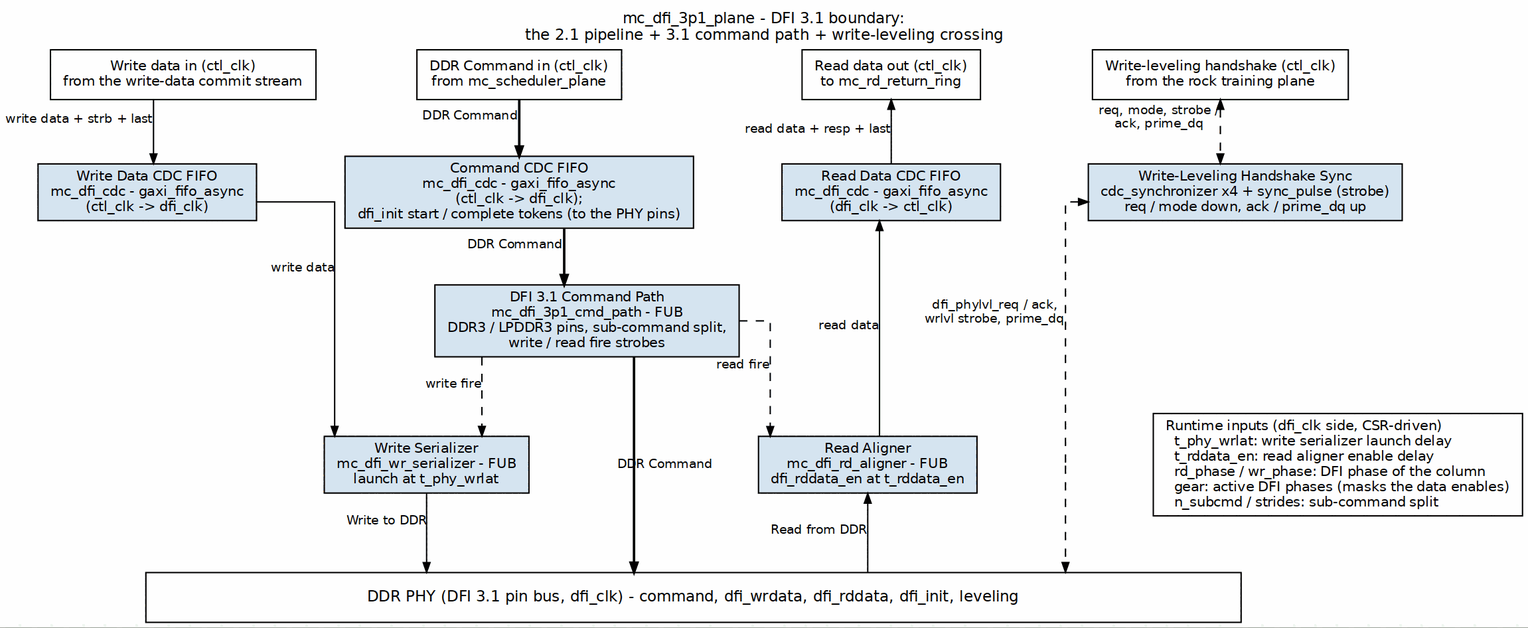
sean-galloway/RTLDesignSherpa keeps this Graphviz diagram as projects/components/mem-ctrl-ip/common-ip/docs/common_mas/assets/graphviz/07_mc_dfi_3p1_plane.png. Above is the earlier version. Its source is kept beside it as projects/components/mem-ctrl-ip/common-ip/docs/common_mas/assets/graphviz/07_mc_dfi_3p1_plane.dot.
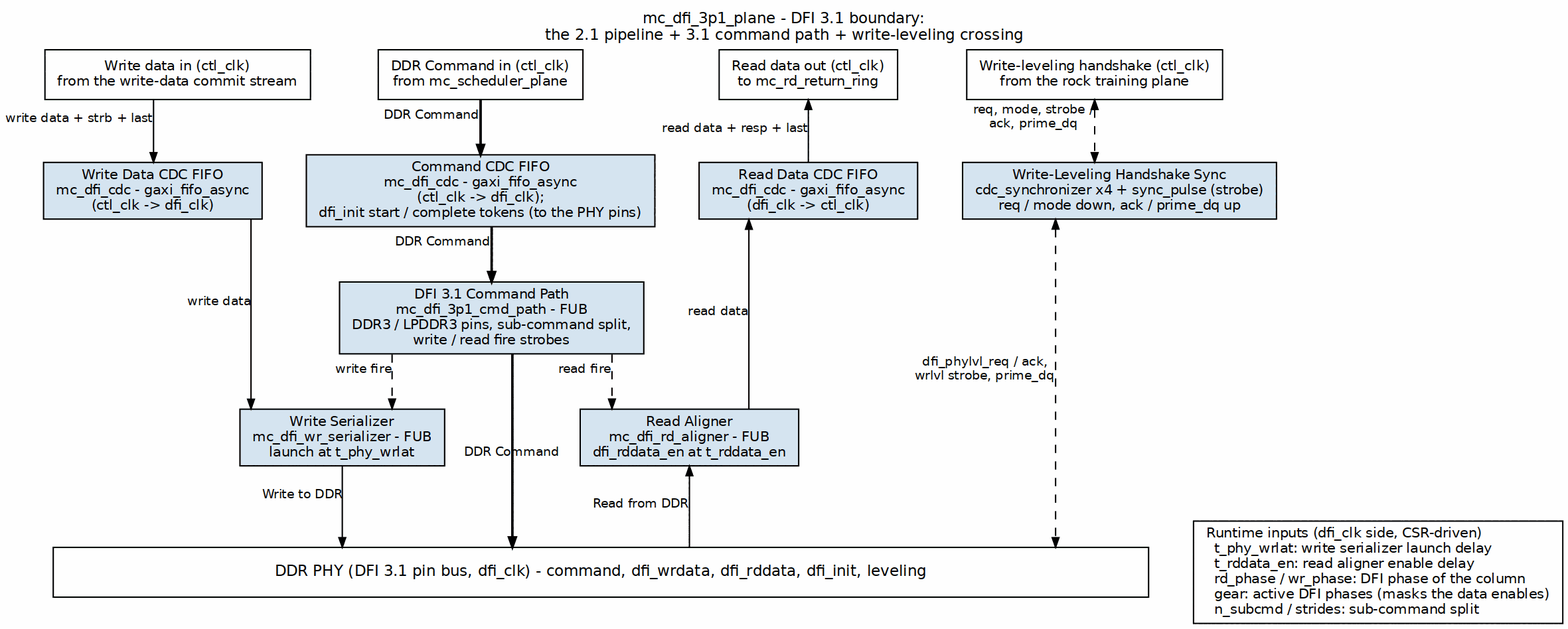
Above is the later version.

The edit, as a diff of the source:
```diff
@@ -9,7 +9,8 @@
     p_wd  [label="Write data in (ctl_clk)\nfrom the write-data commit stream", fillcolor="white"];
     p_cmd [label="DDR Command in (ctl_clk)\nfrom mc_scheduler_plane", fillcolor="white"];
     p_rd  [label="Read data out (ctl_clk)\nto mc_rd_return_ring", fillcolor="white"];
-    legend [label="Runtime inputs (dfi_clk side, CSR-driven)\l  t_phy_wrlat: write serializer launch delay\l  t_rddata_en: read aligner enable delay\l  rd_phase / wr_phase: DFI phase of the column\l  gear: active DFI phases (masks the data enables)\l  n_subcmd / strides: sub-command split\l", fillcolor="white"];
+    p_wl [label="Write-leveling handshake (ctl_clk)\nfrom the rock training plane", fillcolor="white"];
+    wl_sync [label="Write-Leveling Handshake Sync\ncdc_synchronizer x4 + sync_pulse (strobe)\nreq / mode down, ack / prime_dq up"];
 
     cdc_wd  [label="Write Data CDC FIFO\nmc_dfi_cdc - gaxi_fifo_async\n(ctl_clk -> dfi_clk)"];
     cdc_cmd [label="Command CDC FIFO\nmc_dfi_cdc - gaxi_fifo_async\n(ctl_clk -> dfi_clk);\ndfi_init start / complete tokens (to the PHY pins)"];
@@ -18,10 +19,9 @@
     cmd_path [label="DFI 3.1 Command Path\nmc_dfi_3p1_cmd_path - FUB\nDDR3 / LPDDR3 pins, sub-command split,\nwrite / read fire strobes"];
     wr_ser   [label="Write Serializer\nmc_dfi_wr_serializer - FUB\nlaunch at t_phy_wrlat"];
     rd_al    [label="Read Aligner\nmc_dfi_rd_aligner - FUB\ndfi_rddata_en at t_rddata_en"];
-    p_wl [label="Write-leveling handshake (ctl_clk)\nfrom the rock training plane", fillcolor="white"];
-    wl_sync [label="Write-Leveling Handshake Sync\ncdc_synchronizer x4 + sync_pulse (strobe)\nreq / mode down, ack / prime_dq up"];
 
-    bar [label="DDR PHY (DFI 3.1 pin bus, dfi_clk) - command, dfi_wrdata, dfi_rddata, dfi_init, leveling", fillcolor="white", width=11, height=0.5, fontsize=11];
+    bar    [label="DDR PHY (DFI 3.1 pin bus, dfi_clk) - command, dfi_wrdata, dfi_rddata, dfi_init, leveling", fillcolor="white", width=11, height=0.5, fontsize=11];
+    legend [label="Runtime inputs (dfi_clk side, CSR-driven)\l  t_phy_wrlat: write serializer launch delay\l  t_rddata_en: read aligner enable delay\l  rd_phase / wr_phase: DFI phase of the column\l  gear: active DFI phases (masks the data enables)\l  n_subcmd / strides: sub-command split\l", fillcolor="white"];
 
     p_wd   -> cdc_wd [xlabel="write data + strb + last"];
     cdc_wd -> wr_ser [xlabel="write data"];
@@ -29,22 +29,22 @@
 
     p_cmd    -> cdc_cmd  [penwidth=1.8, xlabel="DDR Command"];
     cdc_cmd  -> cmd_path [penwidth=1.8, xlabel="DDR Command"];
-    cmd_path -> bar      [penwidth=1.8, label="DDR Command"];
+    cmd_path -> bar      [penwidth=1.8, xlabel="DDR Command"];
     cmd_path -> wr_ser   [style=dashed, xlabel="write fire"];
     cmd_path -> rd_al    [style=dashed, xlabel="read fire"];
 
+    rd_al  -> bar    [dir=back, xlabel="Read from DDR"];
+    cdc_rd -> rd_al  [dir=back, xlabel="read data"];
     p_rd   -> cdc_rd [dir=back, xlabel="read data + resp + last"];
-    cdc_rd -> rd_al  [dir=back, xlabel="read data"];
-    rd_al  -> bar    [dir=back, xlabel="Read from DDR"];
-    p_wl   -> wl_sync [dir=both, style=dashed, xlabel="req, mode, strobe /\nack, prime_dq"];
-    x_wl [shape=point, width=0.01, height=0.01, label="", style=invis];
-    wl_sync -> x_wl   [dir=back, style=dashed, xlabel="dfi_phylvl_req / ack,\nwrlvl strobe, prime_dq"];
-    x_wl -> bar       [style=dashed];
+    p_wl    -> wl_sync [dir=both, style=dashed, xlabel="req, mode, strobe /\nack, prime_dq"];
+    wl_sync -> bar     [dir=both, style=dashed, xlabel="dfi_phylvl_req / ack,\nwrlvl strobe, prime_dq"];
 
     { rank=same; p_wd; p_cmd; p_rd; p_wl; }
     { rank=same; cdc_wd; cdc_cmd; cdc_rd; wl_sync; }
-    { rank=same; wr_ser; rd_al; x_wl; legend; }
+    { rank=same; wr_ser; rd_al; }
+    { rank=same; bar; legend; }
     p_wd -> p_cmd -> p_rd -> p_wl [style=invis];
     cdc_wd -> cdc_cmd -> cdc_rd -> wl_sync [style=invis];
-    wr_ser -> rd_al -> x_wl -> legend [style=invis];
+    wr_ser -> rd_al [style=invis];
+    bar -> legend [style=invis];
 }
```
